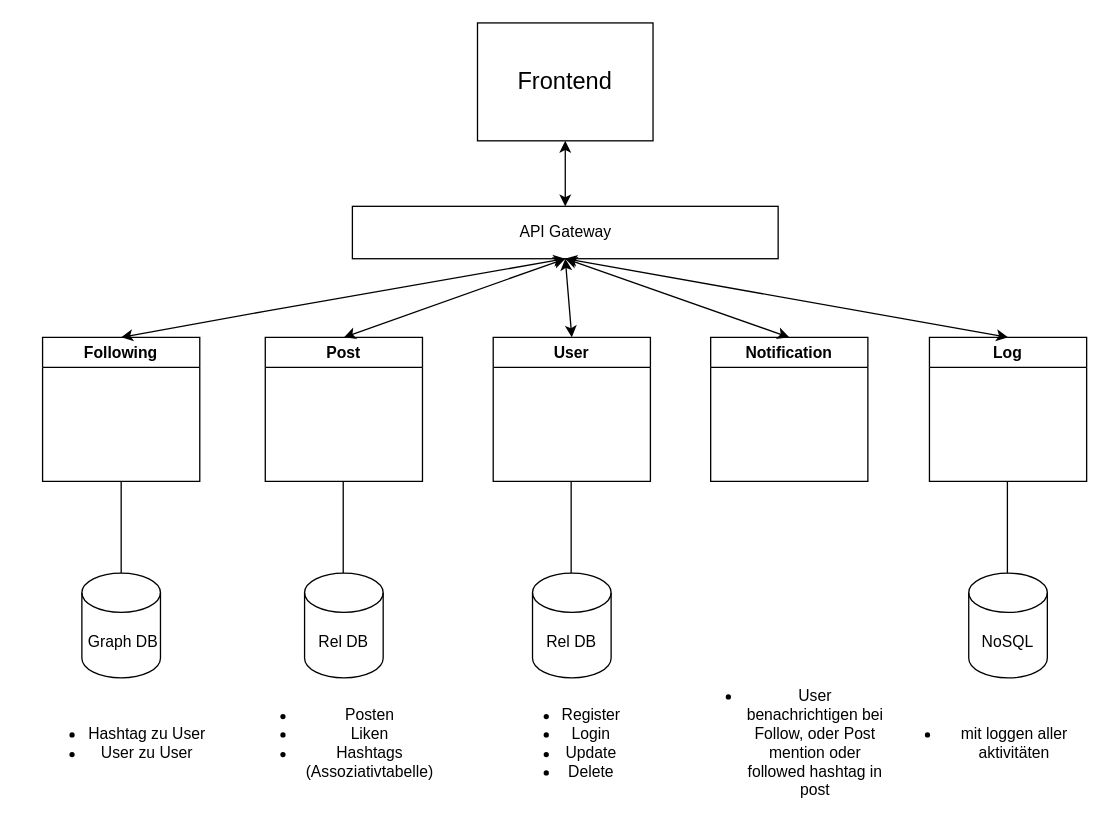
This is ServiceArchitektur.drawio from Celthrimon/projekt-dke, a draw.io file, before an edit. Source tidied: cells renumbered, new cells numbered last; positions are measured from the earlier drawing's top-left corner, leaving out a move shared by most shapes. Both pictures are drawn from the tidied source at 131%, with x=0, y=0 at pixel (22, 22).
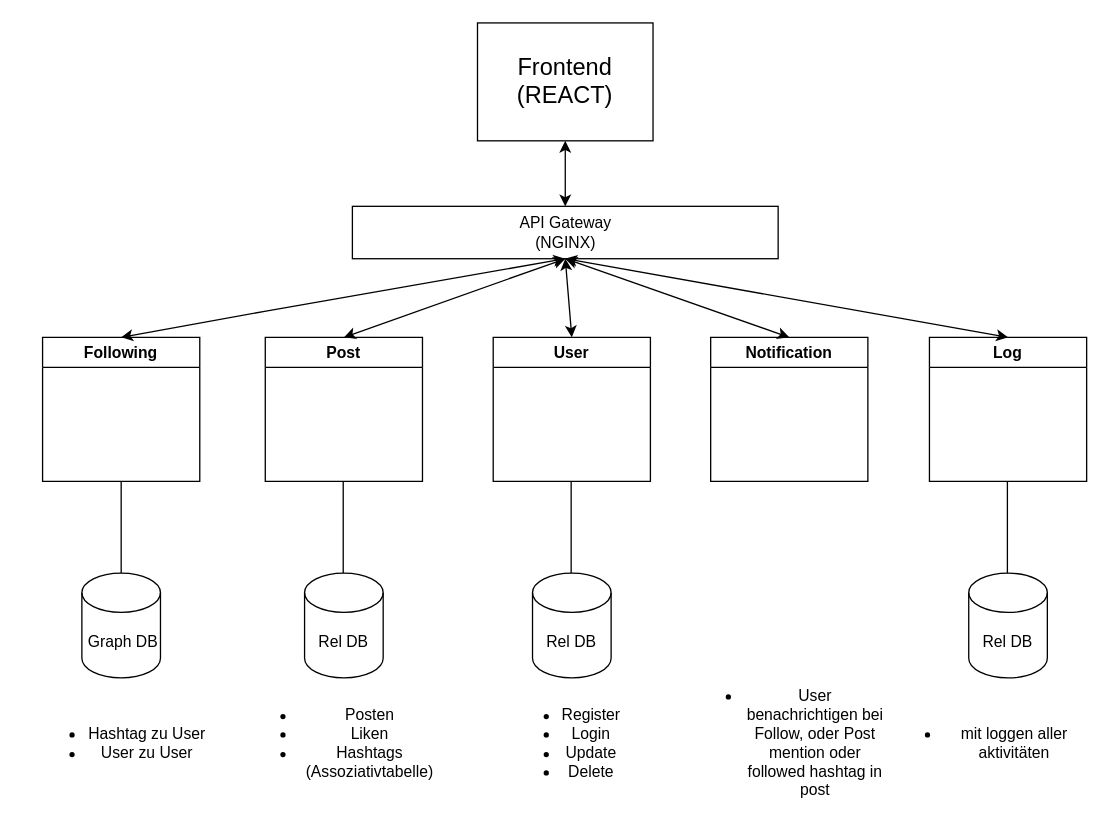
Above is the later version.

Diff of the diagram source:
```diff
@@
-    <mxCell id="10" value="NoSQL" style="shape=cylinder3;whiteSpace=wrap;html=1;boundedLbl=1;backgroundOutline=1;size=15;" parent="1" vertex="1">
+    <mxCell id="10" value="Rel DB" style="shape=cylinder3;whiteSpace=wrap;html=1;boundedLbl=1;backgroundOutline=1;size=15;" parent="1" vertex="1">
       <mxGeometry x="722" y="420" width="60" height="80" as="geometry" />
     </mxCell>
@@
-    <mxCell id="20" value="API Gateway" style="rounded=0;whiteSpace=wrap;html=1;" parent="1" vertex="1">
+    <mxCell id="20" value="API Gateway&lt;br&gt;(NGINX)" style="rounded=0;whiteSpace=wrap;html=1;" parent="1" vertex="1">
       <mxGeometry x="251.5" y="140" width="325" height="40" as="geometry" />
     </mxCell>
-    <mxCell id="21" value="&lt;font style=&quot;font-size: 18px&quot;&gt;Frontend&lt;/font&gt;" style="rounded=0;whiteSpace=wrap;html=1;" parent="1" vertex="1">
+    <mxCell id="21" value="&lt;font style=&quot;font-size: 18px&quot;&gt;Frontend&lt;br&gt;(REACT)&lt;br&gt;&lt;/font&gt;" style="rounded=0;whiteSpace=wrap;html=1;" parent="1" vertex="1">
       <mxGeometry x="347" width="134" height="90" as="geometry" />
     </mxCell>
```
